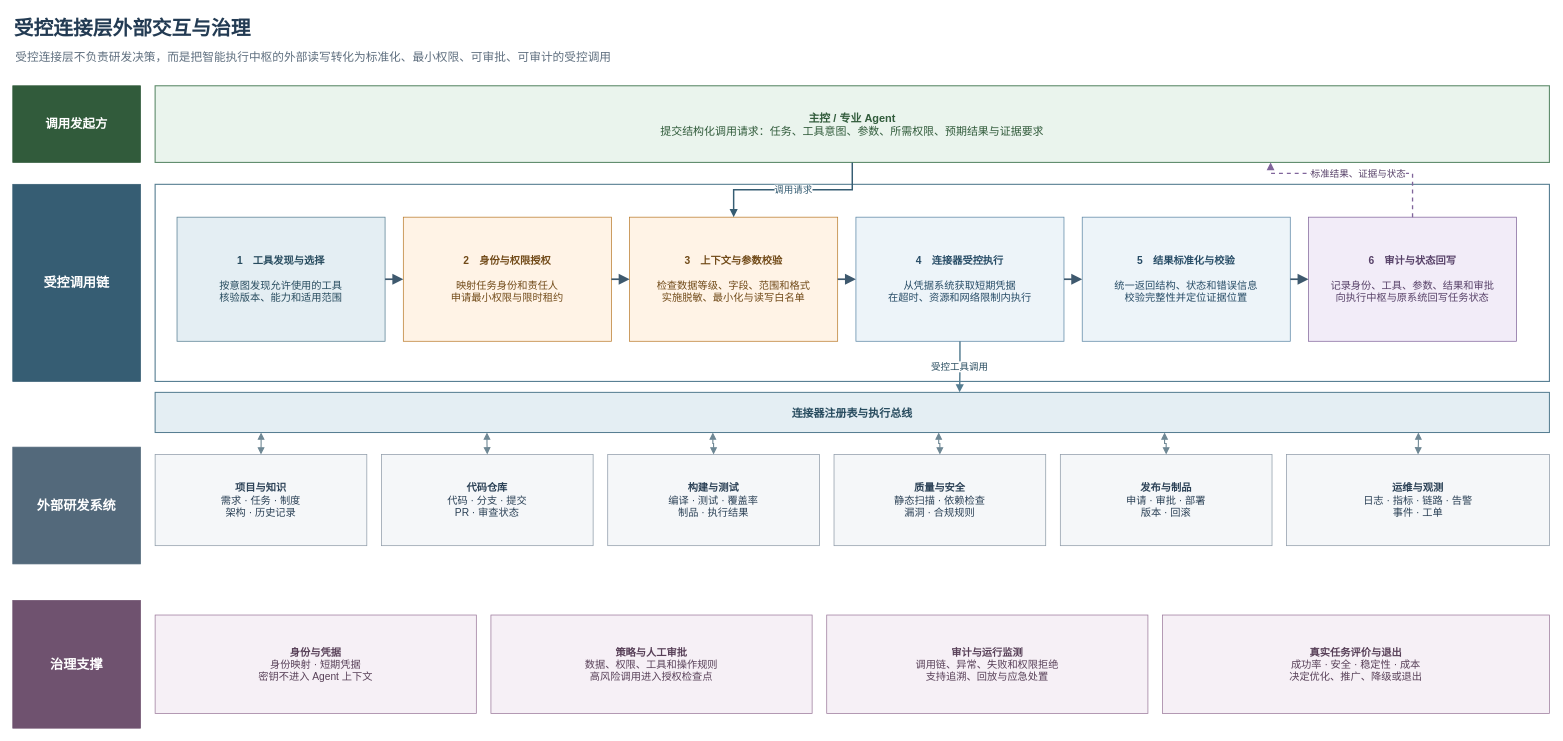
The draw.io diagram diagrams/current/图4_受控连接层外部交互与治理.drawio in GeHahahaha/AI-paper, before the edit. Source tidied: cells renumbered, new cells numbered last; positions are measured from the earlier drawing's top-left corner, leaving out a move shared by most shapes. Both pictures are drawn from the tidied source at 73%, with x=0, y=0 at pixel (12, 12).
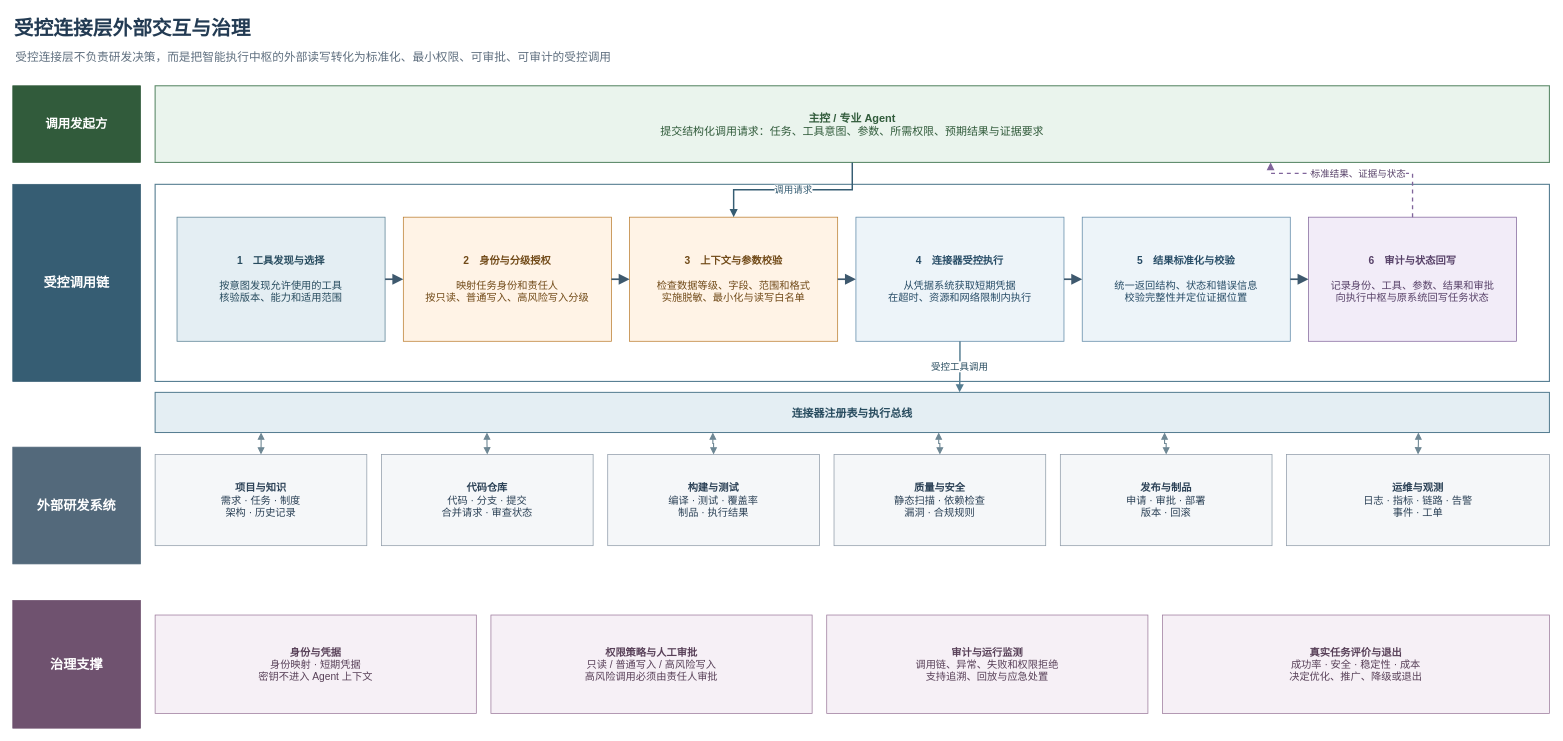
The same diagram, later.

Diff of the diagram source:
```diff
@@
-    <mxCell id="9" value="&lt;b&gt;2　身份与权限授权&lt;/b&gt;&lt;br&gt;&lt;br&gt;映射任务身份和责任人&lt;br&gt;申请最小权限与限时租约" style="rounded=0;whiteSpace=wrap;html=1;fillColor=#FFF3E6;strokeColor=#BA7B2C;fontFamily=Microsoft YaHei;fontColor=#714A18;fontSize=14;align=center;verticalAlign=middle;spacing=10;" parent="1" vertex="1">
+    <mxCell id="9" value="&lt;b&gt;2　身份与分级授权&lt;/b&gt;&lt;br&gt;&lt;br&gt;映射任务身份和责任人&lt;br&gt;按只读、普通写入、高风险写入分级" style="rounded=0;whiteSpace=wrap;html=1;fillColor=#FFF3E6;strokeColor=#BA7B2C;fontFamily=Microsoft YaHei;fontColor=#714A18;fontSize=14;align=center;verticalAlign=middle;spacing=10;" parent="1" vertex="1">
       <mxGeometry x="535" y="280" width="285" height="170" as="geometry" />
     </mxCell>
@@
-    <mxCell id="25" value="&lt;b&gt;代码仓库&lt;/b&gt;&lt;br&gt;代码 · 分支 · 提交&lt;br&gt;PR · 审查状态" style="rounded=0;whiteSpace=wrap;html=1;fillColor=#F5F7F9;strokeColor=#8E9BA8;fontFamily=Microsoft YaHei;fontColor=#2B4156;fontSize=14;align=center;verticalAlign=middle;" parent="1" vertex="1">
+    <mxCell id="25" value="&lt;b&gt;代码仓库&lt;/b&gt;&lt;br&gt;代码 · 分支 · 提交&lt;br&gt;合并请求 · 审查状态" style="rounded=0;whiteSpace=wrap;html=1;fillColor=#F5F7F9;strokeColor=#8E9BA8;fontFamily=Microsoft YaHei;fontColor=#2B4156;fontSize=14;align=center;verticalAlign=middle;" parent="1" vertex="1">
       <mxGeometry x="505" y="605" width="290" height="125" as="geometry" />
     </mxCell>
@@
-    <mxCell id="38" value="&lt;b&gt;策略与人工审批&lt;/b&gt;&lt;br&gt;数据、权限、工具和操作规则&lt;br&gt;高风险调用进入授权检查点" style="rounded=0;whiteSpace=wrap;html=1;fillColor=#F6F0F6;strokeColor=#9A789A;fontFamily=Microsoft YaHei;fontColor=#584058;fontSize=14;align=center;verticalAlign=middle;" parent="1" vertex="1">
+    <mxCell id="38" value="&lt;b&gt;权限策略与人工审批&lt;/b&gt;&lt;br&gt;只读 / 普通写入 / 高风险写入&lt;br&gt;高风险调用必须由责任人审批" style="rounded=0;whiteSpace=wrap;html=1;fillColor=#F6F0F6;strokeColor=#9A789A;fontFamily=Microsoft YaHei;fontColor=#584058;fontSize=14;align=center;verticalAlign=middle;" parent="1" vertex="1">
       <mxGeometry x="655" y="825" width="440" height="135" as="geometry" />
     </mxCell>
```
